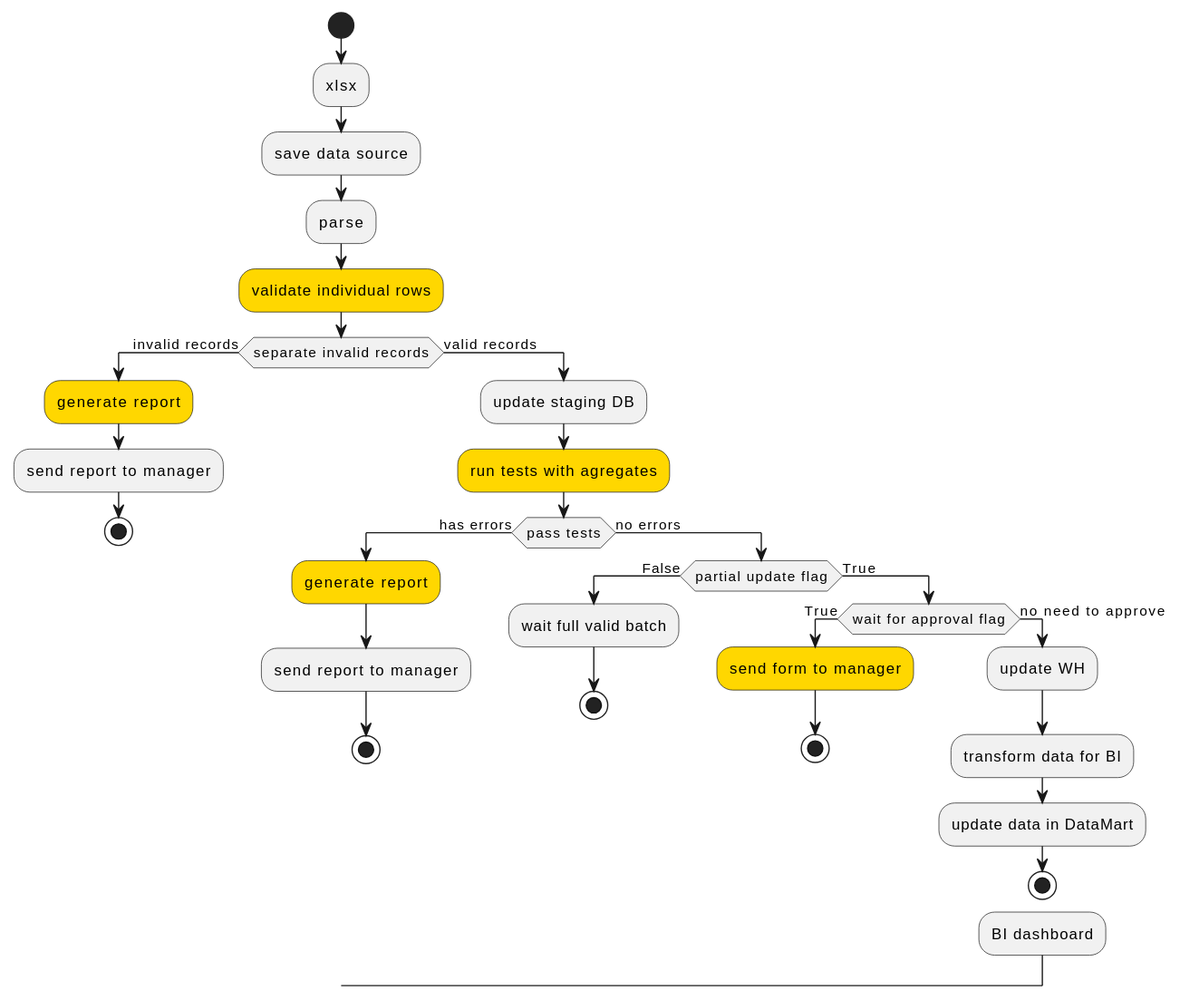
This is diagrams/DAG_example.svg from etlteam/docs, a PlantUML export, as it was before one commit.
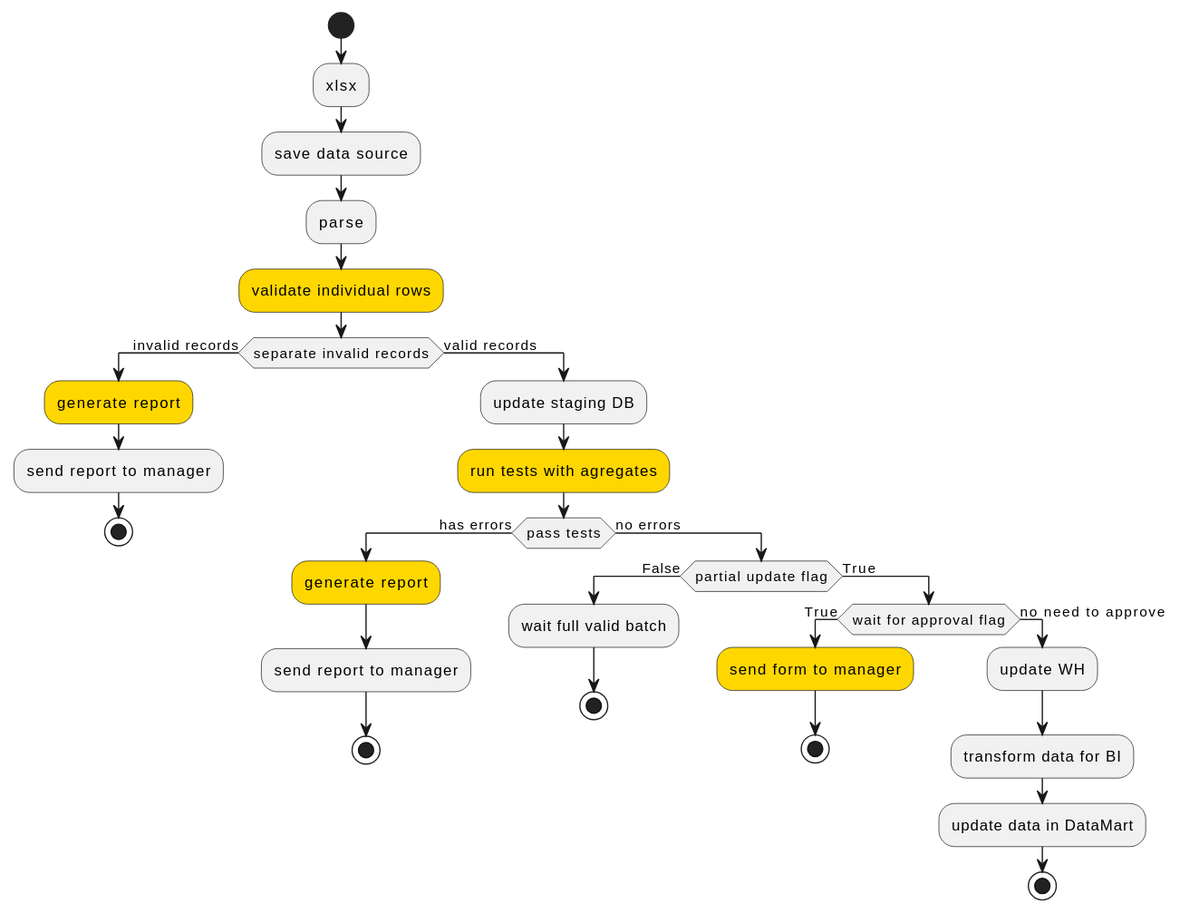
Above is the later version.

Diff of the diagram source:
```diff
@@ -28,7 +28,6 @@
 				:transform data for BI;
 				:update data in DataMart;
 				stop
-				:BI dashboard;
 			endif
 		endif
 	endif
```
